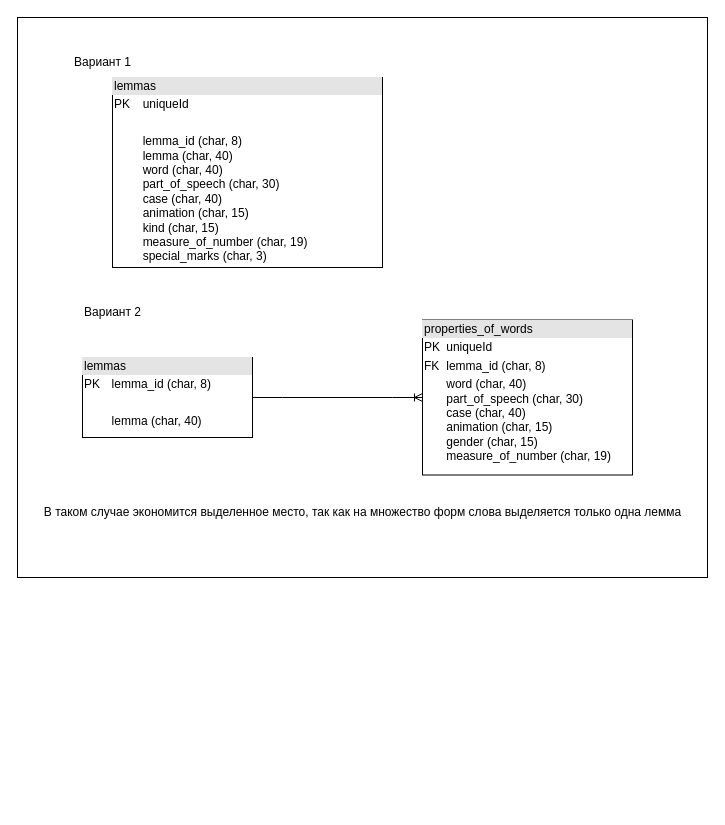
This is Schema_Table.drawio from vdhudenkih/Diagrams, a draw.io file, before an edit. Source tidied: cells renumbered, new cells numbered last; positions are measured from the earlier drawing's top-left corner, leaving out a move shared by most shapes. Both pictures are drawn from the tidied source at 100%, with x=0, y=0 at pixel (17, 17).
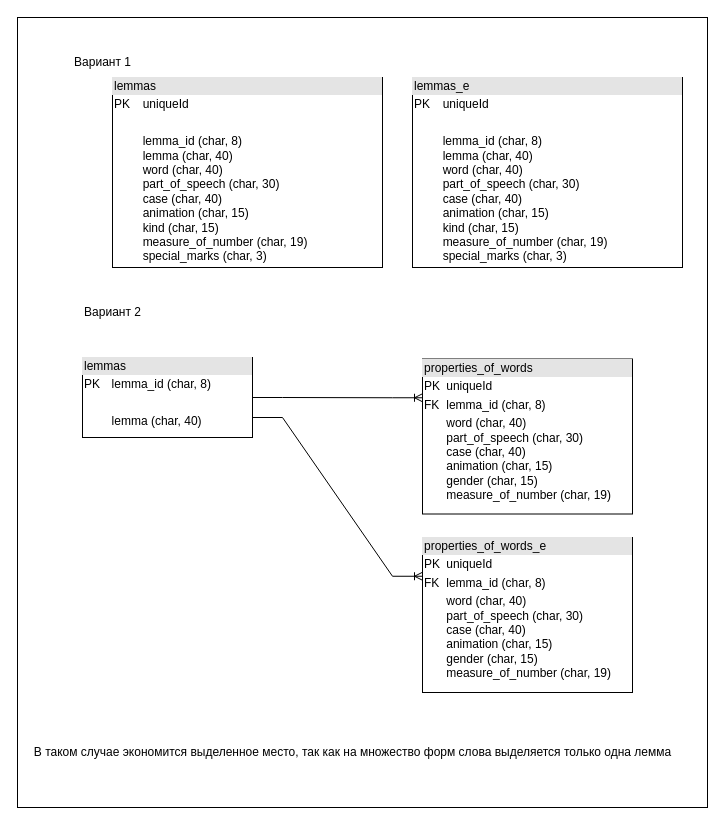
The same page after the edit.

What changed in the source:
```diff
@@
 <mxGraphModel>
   <root>
     <mxCell id="0" />
     <mxCell id="1" parent="0" />
     <mxCell id="2" style="rounded=0;whiteSpace=wrap;html=1;" parent="1" vertex="1">
-      <mxGeometry width="690" height="560" as="geometry" />
+      <mxGeometry width="690" height="790" as="geometry" />
     </mxCell>
     <mxCell id="3" value="&lt;div style=&quot;box-sizing: border-box; width: 100%; background: rgb(228, 228, 228); padding: 2px;&quot;&gt;lemmas&lt;/div&gt;&lt;table style=&quot;width:100%;font-size:1em;&quot; cellpadding=&quot;2&quot; cellspacing=&quot;0&quot;&gt;&lt;tbody&gt;&lt;tr&gt;&lt;td&gt;PK&lt;/td&gt;&lt;td&gt;uniqueId&amp;nbsp;&lt;/td&gt;&lt;/tr&gt;&lt;tr&gt;&lt;td&gt;&lt;br&gt;&lt;/td&gt;&lt;td&gt;&lt;br&gt;&lt;/td&gt;&lt;/tr&gt;&lt;tr&gt;&lt;td&gt;&lt;/td&gt;&lt;td&gt;lemma_id (char, 8)&lt;br&gt;lemma (char, 40)&lt;br&gt;word (char, 40)&lt;br&gt;part_of_speech (char, 30)&lt;br&gt;case (char, 40)&lt;br&gt;animation (char, 15)&lt;br&gt;kind (char, 15)&lt;br&gt;measure_of_number (char, 19)&lt;br&gt;special_marks (char, 3)&lt;/td&gt;&lt;/tr&gt;&lt;/tbody&gt;&lt;/table&gt;" style="verticalAlign=top;align=left;overflow=fill;html=1;whiteSpace=wrap;" parent="1" vertex="1">
       <mxGeometry x="95" y="60" width="270" height="190" as="geometry" />
     </mxCell>
     <mxCell id="4" style="shape=tableRow;horizontal=0;startSize=0;swimlaneHead=0;swimlaneBody=0;fillColor=none;top=0;left=0;right=0;bottom=0;" parent="1" vertex="1">
       <mxGeometry x="125" y="490" width="180" height="35" as="geometry" />
     </mxCell>
     <mxCell id="5" style="shape=partialRectangle;fillColor=none;top=0;left=0;bottom=0;right=0;overflow=hidden;whiteSpace=wrap;html=1;" parent="4" vertex="1">
       <mxGeometry width="30" height="35" as="geometry" />
     </mxCell>
     <mxCell id="6" value="Вариант 1" style="text;html=1;align=center;verticalAlign=middle;strokeColor=none;fillColor=none;" parent="1" vertex="1">
       <mxGeometry x="45" y="30" width="80" height="30" as="geometry" />
     </mxCell>
     <mxCell id="7" value="Вариант 2" style="text;html=1;align=center;verticalAlign=middle;strokeColor=none;fillColor=none;" parent="1" vertex="1">
       <mxGeometry x="55" y="280" width="80" height="30" as="geometry" />
     </mxCell>
     <mxCell id="8" value="&lt;div style=&quot;box-sizing: border-box; width: 100%; background: rgb(228, 228, 228); padding: 2px;&quot;&gt;properties_of_words&lt;/div&gt;&lt;table style=&quot;width:100%;font-size:1em;&quot; cellpadding=&quot;2&quot; cellspacing=&quot;0&quot;&gt;&lt;tbody&gt;&lt;tr&gt;&lt;td&gt;PK&lt;/td&gt;&lt;td&gt;uniqueId&amp;nbsp;&lt;/td&gt;&lt;/tr&gt;&lt;tr&gt;&lt;td&gt;FK&lt;/td&gt;&lt;td&gt;lemma_id (char, 8)&lt;/td&gt;&lt;/tr&gt;&lt;tr&gt;&lt;td&gt;&lt;/td&gt;&lt;td&gt;word (char, 40)&lt;br&gt;part_of_speech (char, 30)&lt;br&gt;case (char, 40)&lt;br&gt;animation (char, 15)&lt;br&gt;gender (char, 15)&lt;br&gt;measure_of_number (char, 19)&lt;br&gt;&lt;/td&gt;&lt;/tr&gt;&lt;/tbody&gt;&lt;/table&gt;" style="verticalAlign=top;align=left;overflow=fill;html=1;whiteSpace=wrap;" parent="1" vertex="1">
-      <mxGeometry x="405" y="302.5" width="210" height="155" as="geometry" />
+      <mxGeometry x="405" y="341.5" width="210" height="155" as="geometry" />
     </mxCell>
     <mxCell id="9" value="&lt;div style=&quot;box-sizing: border-box; width: 100%; background: rgb(228, 228, 228); padding: 2px;&quot;&gt;lemmas&lt;/div&gt;&lt;table style=&quot;width:100%;font-size:1em;&quot; cellpadding=&quot;2&quot; cellspacing=&quot;0&quot;&gt;&lt;tbody&gt;&lt;tr&gt;&lt;td&gt;PK&lt;/td&gt;&lt;td&gt;lemma_id (char, 8)&lt;/td&gt;&lt;/tr&gt;&lt;tr&gt;&lt;td&gt;&lt;br&gt;&lt;/td&gt;&lt;td&gt;&lt;br&gt;&lt;/td&gt;&lt;/tr&gt;&lt;tr&gt;&lt;td&gt;&lt;/td&gt;&lt;td&gt;lemma (char, 40)&lt;br&gt;&lt;/td&gt;&lt;/tr&gt;&lt;/tbody&gt;&lt;/table&gt;" style="verticalAlign=top;align=left;overflow=fill;html=1;whiteSpace=wrap;" parent="1" vertex="1">
       <mxGeometry x="65" y="340" width="170" height="80" as="geometry" />
     </mxCell>
-    <mxCell id="10" style="edgeStyle=entityRelationEdgeStyle;fontSize=12;html=1;endArrow=ERoneToMany;rounded=0;exitX=1;exitY=0.5;exitDx=0;exitDy=0;entryX=0;entryY=0.5;entryDx=0;entryDy=0;" parent="1" edge="1" source="9" target="8">
+    <mxCell id="10" style="edgeStyle=entityRelationEdgeStyle;fontSize=12;html=1;endArrow=ERoneToMany;rounded=0;exitX=1;exitY=0.5;exitDx=0;exitDy=0;entryX=0;entryY=0.25;entryDx=0;entryDy=0;" parent="1" edge="1" source="9" target="8">
       <mxGeometry relative="1" as="geometry" />
     </mxCell>
     <mxCell id="11" value="В таком случае экономится выделенное место, так как на множество форм слова выделяется только одна лемма" style="text;html=1;align=center;verticalAlign=middle;strokeColor=none;fillColor=none;" parent="1" vertex="1">
-      <mxGeometry x="15" y="480" width="660" height="30" as="geometry" />
+      <mxGeometry x="5" y="720" width="660" height="30" as="geometry" />
     </mxCell>
+    <mxCell id="12" value="&lt;div style=&quot;box-sizing: border-box; width: 100%; background: rgb(228, 228, 228); padding: 2px;&quot;&gt;properties_of_words_e&lt;/div&gt;&lt;table style=&quot;width:100%;font-size:1em;&quot; cellpadding=&quot;2&quot; cellspacing=&quot;0&quot;&gt;&lt;tbody&gt;&lt;tr&gt;&lt;td&gt;PK&lt;/td&gt;&lt;td&gt;uniqueId&amp;nbsp;&lt;/td&gt;&lt;/tr&gt;&lt;tr&gt;&lt;td&gt;FK&lt;/td&gt;&lt;td&gt;lemma_id (char, 8)&lt;/td&gt;&lt;/tr&gt;&lt;tr&gt;&lt;td&gt;&lt;/td&gt;&lt;td&gt;word (char, 40)&lt;br&gt;part_of_speech (char, 30)&lt;br&gt;case (char, 40)&lt;br&gt;animation (char, 15)&lt;br&gt;gender (char, 15)&lt;br&gt;measure_of_number (char, 19)&lt;br&gt;&lt;/td&gt;&lt;/tr&gt;&lt;/tbody&gt;&lt;/table&gt;" style="verticalAlign=top;align=left;overflow=fill;html=1;whiteSpace=wrap;" parent="1" vertex="1">
+      <mxGeometry x="405" y="520" width="210" height="155" as="geometry" />
+    </mxCell>
+    <mxCell id="13" style="edgeStyle=entityRelationEdgeStyle;fontSize=12;html=1;endArrow=ERoneToMany;rounded=0;exitX=1;exitY=0.75;exitDx=0;exitDy=0;entryX=0;entryY=0.25;entryDx=0;entryDy=0;" parent="1" edge="1" source="9" target="12">
+      <mxGeometry relative="1" as="geometry" />
+    </mxCell>
+    <mxCell id="14" value="&lt;div style=&quot;box-sizing: border-box; width: 100%; background: rgb(228, 228, 228); padding: 2px;&quot;&gt;lemmas_e&lt;/div&gt;&lt;table style=&quot;width:100%;font-size:1em;&quot; cellpadding=&quot;2&quot; cellspacing=&quot;0&quot;&gt;&lt;tbody&gt;&lt;tr&gt;&lt;td&gt;PK&lt;/td&gt;&lt;td&gt;uniqueId&amp;nbsp;&lt;/td&gt;&lt;/tr&gt;&lt;tr&gt;&lt;td&gt;&lt;br&gt;&lt;/td&gt;&lt;td&gt;&lt;br&gt;&lt;/td&gt;&lt;/tr&gt;&lt;tr&gt;&lt;td&gt;&lt;/td&gt;&lt;td&gt;lemma_id (char, 8)&lt;br&gt;lemma (char, 40)&lt;br&gt;word (char, 40)&lt;br&gt;part_of_speech (char, 30)&lt;br&gt;case (char, 40)&lt;br&gt;animation (char, 15)&lt;br&gt;kind (char, 15)&lt;br&gt;measure_of_number (char, 19)&lt;br&gt;special_marks (char, 3)&lt;/td&gt;&lt;/tr&gt;&lt;/tbody&gt;&lt;/table&gt;" style="verticalAlign=top;align=left;overflow=fill;html=1;whiteSpace=wrap;" parent="1" vertex="1">
+      <mxGeometry x="395" y="60" width="270" height="190" as="geometry" />
+    </mxCell>
   </root>
 </mxGraphModel>
```
